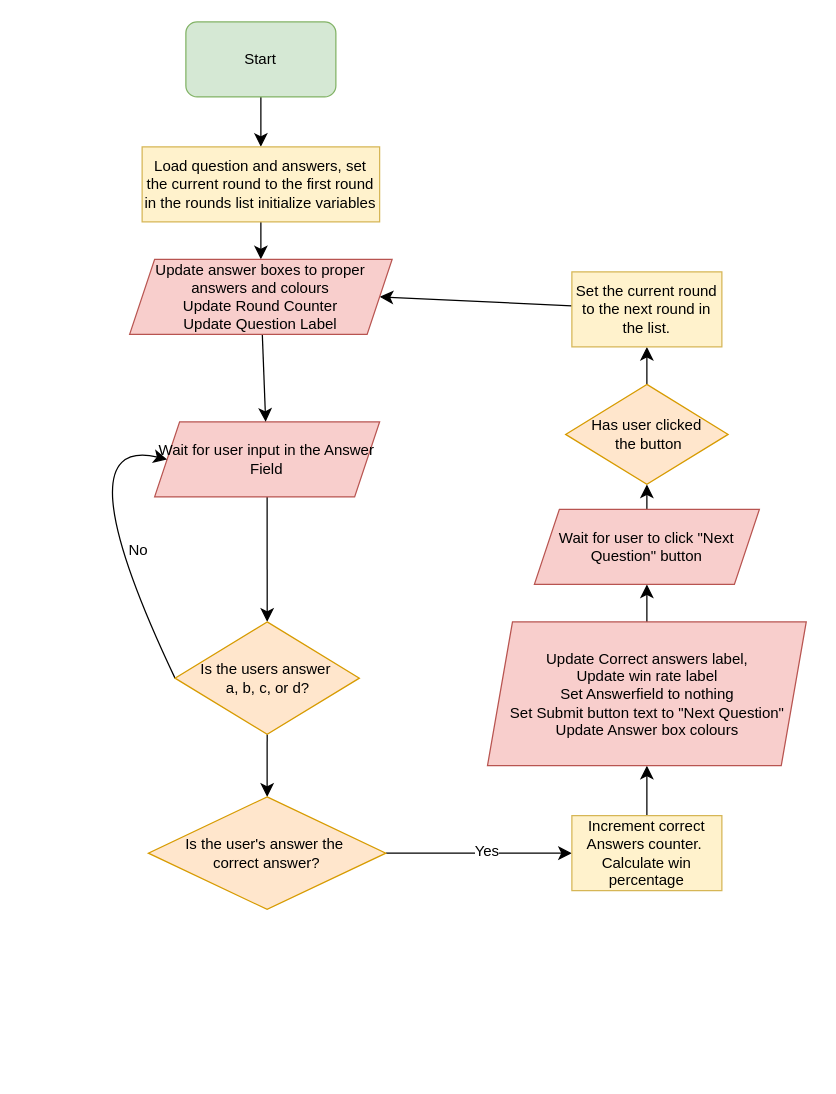
This is diagrams/GuessingGame.drawio from twitocode/Draw.io-Diagrams, a draw.io file, before an edit. Source tidied: cells renumbered, new cells numbered last; positions are measured from the earlier drawing's top-left corner, leaving out a move shared by most shapes. Both pictures are drawn from the tidied source at 125%, with x=0, y=0 at pixel (59, 21).
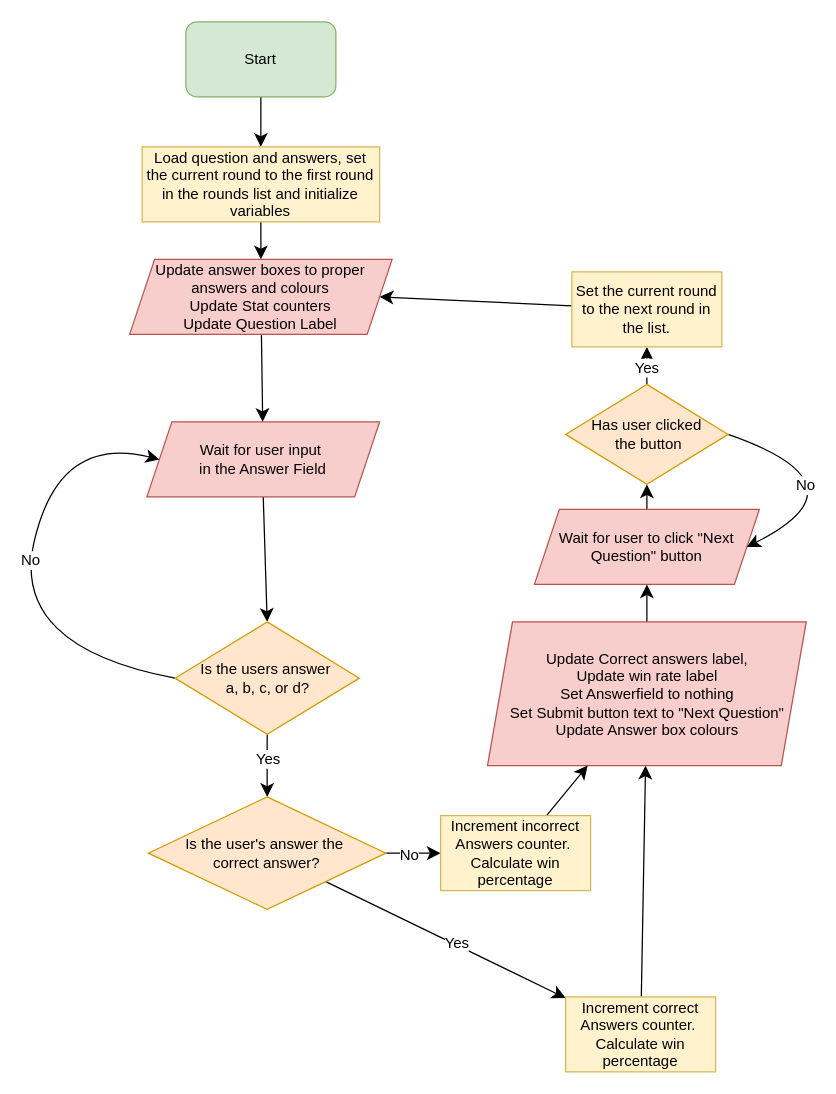
Above is the later version.

Unchanged cells that the change refers to:
```xml
<mxCell id="10" style="edgeStyle=none;curved=1;rounded=0;jettySize=auto;html=1;fontSize=12;startSize=8;endSize=8;" parent="1" edge="1" source="11" target="14">
  <mxGeometry relative="1" as="geometry" />
</mxCell>
<mxCell id="11" value="Is the users answer&amp;nbsp;&lt;div&gt;a, b, c, or d?&lt;/div&gt;" style="rhombus;whiteSpace=wrap;html=1;fillColor=#ffe6cc;strokeColor=#d79b00;" parent="1" vertex="1">
  <mxGeometry x="92.5" y="480" width="147.5" height="90" as="geometry" />
</mxCell>
<mxCell id="14" value="Is the user's answer the&amp;nbsp;&lt;div&gt;correct answer?&lt;/div&gt;" style="rhombus;whiteSpace=wrap;html=1;fillColor=#ffe6cc;strokeColor=#d79b00;" parent="1" vertex="1">
  <mxGeometry x="71.2" y="620" width="190" height="90" as="geometry" />
</mxCell>
<mxCell id="18" value="Update Correct answers label,&lt;div&gt;Update win rate label&lt;/div&gt;&lt;div&gt;Set Answerfield to nothing&lt;/div&gt;&lt;div&gt;Set Submit button text to &quot;Next Question&quot;&lt;/div&gt;&lt;div&gt;Update Answer box colours&lt;/div&gt;" style="shape=parallelogram;perimeter=parallelogramPerimeter;whiteSpace=wrap;html=1;fixedSize=1;fillColor=#f8cecc;strokeColor=#b85450;" parent="1" vertex="1">
  <mxGeometry x="342.5" y="480" width="255" height="115" as="geometry" />
</mxCell>
<mxCell id="20" value="Wait for user to click &quot;Next Question&quot; button" style="shape=parallelogram;perimeter=parallelogramPerimeter;whiteSpace=wrap;html=1;fixedSize=1;fillColor=#f8cecc;strokeColor=#b85450;" parent="1" vertex="1">
  <mxGeometry x="380" y="390" width="180" height="60" as="geometry" />
</mxCell>
<mxCell id="21" style="edgeStyle=none;curved=1;rounded=0;jettySize=auto;html=1;fontSize=12;startSize=8;endSize=8;" parent="1" edge="1" source="22" target="24">
  <mxGeometry relative="1" as="geometry" />
</mxCell>
<mxCell id="22" value="Has user clicked&lt;div&gt;&amp;nbsp;the button&lt;/div&gt;" style="rhombus;whiteSpace=wrap;html=1;fillColor=#ffe6cc;strokeColor=#d79b00;" parent="1" vertex="1">
  <mxGeometry x="405" y="290" width="130" height="80" as="geometry" />
</mxCell>
```

What changed in the source:
```diff
@@
-    <mxCell id="5" value="Load question and answers, set the current round to the first round in the rounds list initialize variables" style="rounded=0;whiteSpace=wrap;html=1;fillColor=#fff2cc;strokeColor=#d6b656;" parent="1" vertex="1">
+    <mxCell id="5" value="Load question and answers, set the current round to the first round in the rounds list and initialize variables" style="rounded=0;whiteSpace=wrap;html=1;fillColor=#fff2cc;strokeColor=#d6b656;" parent="1" vertex="1">
       <mxGeometry x="66.2" y="100" width="190" height="60" as="geometry" />
     </mxCell>
@@
-    <mxCell id="7" value="Wait for user input in the Answer Field" style="shape=parallelogram;perimeter=parallelogramPerimeter;whiteSpace=wrap;html=1;fixedSize=1;fillColor=#f8cecc;strokeColor=#b85450;" parent="1" vertex="1">
-      <mxGeometry x="76.2" y="320" width="180" height="60" as="geometry" />
+    <mxCell id="7" value="Wait for user input&amp;nbsp;&lt;div&gt;in the Answer Field&lt;/div&gt;" style="shape=parallelogram;perimeter=parallelogramPerimeter;whiteSpace=wrap;html=1;fixedSize=1;fillColor=#f8cecc;strokeColor=#b85450;" parent="1" vertex="1">
+      <mxGeometry x="70" y="320" width="186.2" height="60" as="geometry" />
     </mxCell>
     <mxCell id="8" style="edgeStyle=none;curved=1;rounded=0;jettySize=auto;html=1;exitX=0;exitY=0.5;exitDx=0;exitDy=0;fontSize=12;startSize=8;endSize=8;entryX=0;entryY=0.5;entryDx=0;entryDy=0;" parent="1" edge="1" source="11" target="7">
       <mxGeometry relative="1" as="geometry">
         <Array as="points">
+          <mxPoint x="-40" y="500" />
           <mxPoint y="330" />
         </Array>
       </mxGeometry>
     </mxCell>
-    <mxCell id="9" value="No" style="edgeLabel;html=1;align=center;verticalAlign=middle;fontSize=12;" parent="8" vertex="1">
-      <mxGeometry x="-0.31" y="-17" relative="1" as="geometry" />
-    </mxCell>
+    <mxCell id="27" value="No" style="edgeLabel;html=1;align=center;verticalAlign=middle;fontSize=12;" parent="8" vertex="1">
+      <mxGeometry x="0.05" relative="1" as="geometry" />
+    </mxCell>
@@
+    <mxCell id="28" value="Yes" style="edgeLabel;html=1;align=center;verticalAlign=middle;fontSize=12;" parent="10" vertex="1">
+      <mxGeometry x="-0.22" relative="1" as="geometry" />
+    </mxCell>
@@
+    <mxCell id="29" style="edgeStyle=none;curved=1;rounded=0;jettySize=auto;html=1;fontSize=12;startSize=8;endSize=8;" parent="1" edge="1" source="14" target="35">
+      <mxGeometry relative="1" as="geometry" />
+    </mxCell>
+    <mxCell id="30" value="No" style="edgeLabel;html=1;align=center;verticalAlign=middle;fontSize=12;" parent="29" vertex="1">
+      <mxGeometry x="-0.18" y="-1" relative="1" as="geometry" />
+    </mxCell>
@@
     <mxCell id="16" value="Increment correct Answers counter.&amp;nbsp;&lt;div&gt;Calculate win percentage&lt;/div&gt;" style="whiteSpace=wrap;html=1;fillColor=#fff2cc;strokeColor=#d6b656;" parent="1" vertex="1">
-      <mxGeometry x="410" y="635" width="120" height="60" as="geometry" />
+      <mxGeometry x="405" y="780" width="120" height="60" as="geometry" />
     </mxCell>
@@
+    <mxCell id="31" value="Yes" style="edgeLabel;html=1;align=center;verticalAlign=middle;fontSize=12;" parent="21" vertex="1">
+      <mxGeometry x="-0.06" y="1" relative="1" as="geometry" />
+    </mxCell>
+    <mxCell id="32" style="edgeStyle=none;curved=1;rounded=0;jettySize=auto;html=1;exitX=1;exitY=0.5;exitDx=0;exitDy=0;entryX=1;entryY=0.5;entryDx=0;entryDy=0;fontSize=12;startSize=8;endSize=8;" parent="1" edge="1" source="22" target="20">
+      <mxGeometry relative="1" as="geometry">
+        <Array as="points">
+          <mxPoint x="650" y="370" />
+        </Array>
+      </mxGeometry>
+    </mxCell>
+    <mxCell id="33" value="No" style="edgeLabel;html=1;align=center;verticalAlign=middle;fontSize=12;" parent="32" vertex="1">
+      <mxGeometry x="-0.39" y="-18" relative="1" as="geometry" />
+    </mxCell>
@@
-    <mxCell id="26" value="Update answer boxes to proper answers and colours&lt;div&gt;Update Round Counter&lt;/div&gt;&lt;div&gt;Update Question Label&lt;/div&gt;" style="shape=parallelogram;perimeter=parallelogramPerimeter;whiteSpace=wrap;html=1;fixedSize=1;fillColor=#f8cecc;strokeColor=#b85450;" parent="1" vertex="1">
+    <mxCell id="26" value="Update answer boxes to proper answers and colours&lt;div&gt;Update Stat counters&lt;/div&gt;&lt;div&gt;Update Question Label&lt;/div&gt;" style="shape=parallelogram;perimeter=parallelogramPerimeter;whiteSpace=wrap;html=1;fixedSize=1;fillColor=#f8cecc;strokeColor=#b85450;" parent="1" vertex="1">
       <mxGeometry x="56.2" y="190" width="210" height="60" as="geometry" />
     </mxCell>
+    <mxCell id="34" style="edgeStyle=none;curved=1;rounded=0;jettySize=auto;html=1;fontSize=12;startSize=8;endSize=8;" parent="1" edge="1" source="35" target="18">
+      <mxGeometry relative="1" as="geometry" />
+    </mxCell>
+    <mxCell id="35" value="Increment incorrect Answers counter.&amp;nbsp;&lt;div&gt;Calculate win percentage&lt;/div&gt;" style="whiteSpace=wrap;html=1;fillColor=#fff2cc;strokeColor=#d6b656;" parent="1" vertex="1">
+      <mxGeometry x="305" y="635" width="120" height="60" as="geometry" />
+    </mxCell>
```
